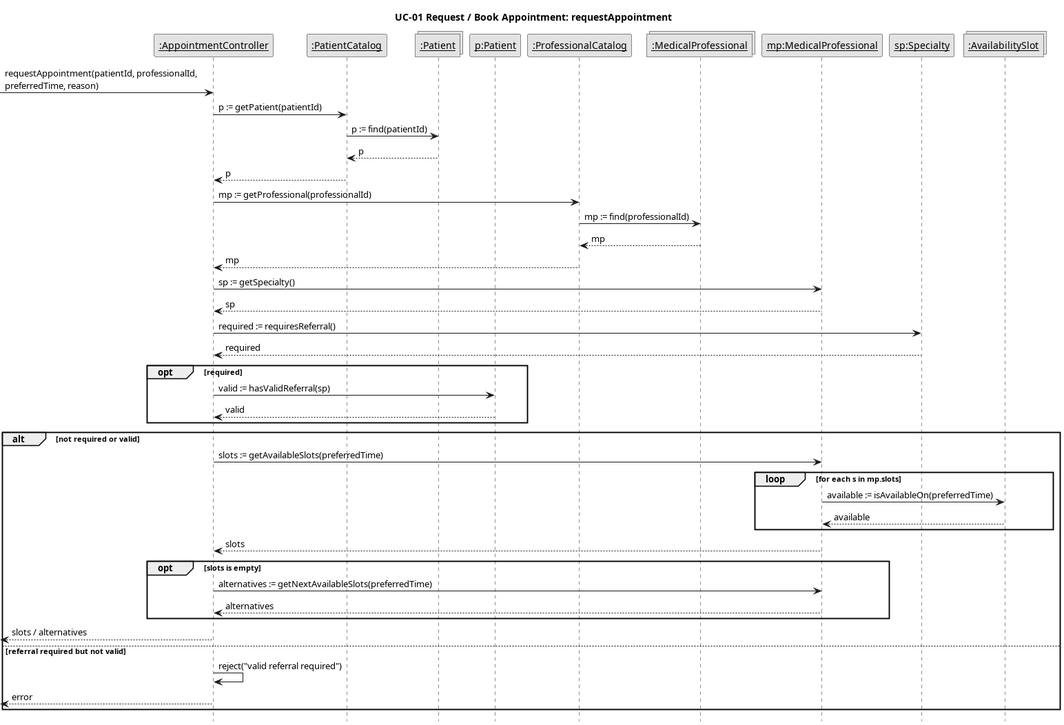
Above: Iteration2/InteractionDiagrams/SD_UC01a_requestAppointment.png in oumaymabennamoun/SOEN342-project (PlantUML), before the change. Source of this version:
```plantuml
@startuml
skinparam monochrome true
skinparam shadowing false
skinparam defaultFontName Arial
skinparam sequenceMessageAlign left
hide footbox
title UC-01 Request / Book Appointment: requestAppointment

participant "<u>:AppointmentController</u>" as Ctrl
participant "<u>:PatientCatalog</u>" as PC
collections "<u>:Patient</u>" as Ps
participant "<u>p:Patient</u>" as P
participant "<u>:ProfessionalCatalog</u>" as ProfC
collections "<u>:MedicalProfessional</u>" as MPs
participant "<u>mp:MedicalProfessional</u>" as MP
participant "<u>sp:Specialty</u>" as SP
collections "<u>:AvailabilitySlot</u>" as Ss

[-> Ctrl : requestAppointment(patientId, professionalId,\npreferredTime, reason)
Ctrl -> PC : p := getPatient(patientId)
PC -> Ps : p := find(patientId)
Ps --> PC : p
PC --> Ctrl : p
Ctrl -> ProfC : mp := getProfessional(professionalId)
ProfC -> MPs : mp := find(professionalId)
MPs --> ProfC : mp
ProfC --> Ctrl : mp
Ctrl -> MP : sp := getSpecialty()
MP --> Ctrl : sp
Ctrl -> SP : required := requiresReferral()
SP --> Ctrl : required
opt required
  Ctrl -> P : valid := hasValidReferral(sp)
  P --> Ctrl : valid
end
alt not required or valid
  Ctrl -> MP : slots := getAvailableSlots(preferredTime)
  loop for each s in mp.slots
    MP -> Ss : available := isAvailableOn(preferredTime)
    Ss --> MP : available
  end
  MP --> Ctrl : slots
  opt slots is empty
    Ctrl -> MP : alternatives := getNextAvailableSlots(preferredTime)
    MP --> Ctrl : alternatives
  end
  [<-- Ctrl : slots / alternatives
else referral required but not valid
  Ctrl -> Ctrl : reject("valid referral required")
  [<-- Ctrl : error
end
@enduml
```
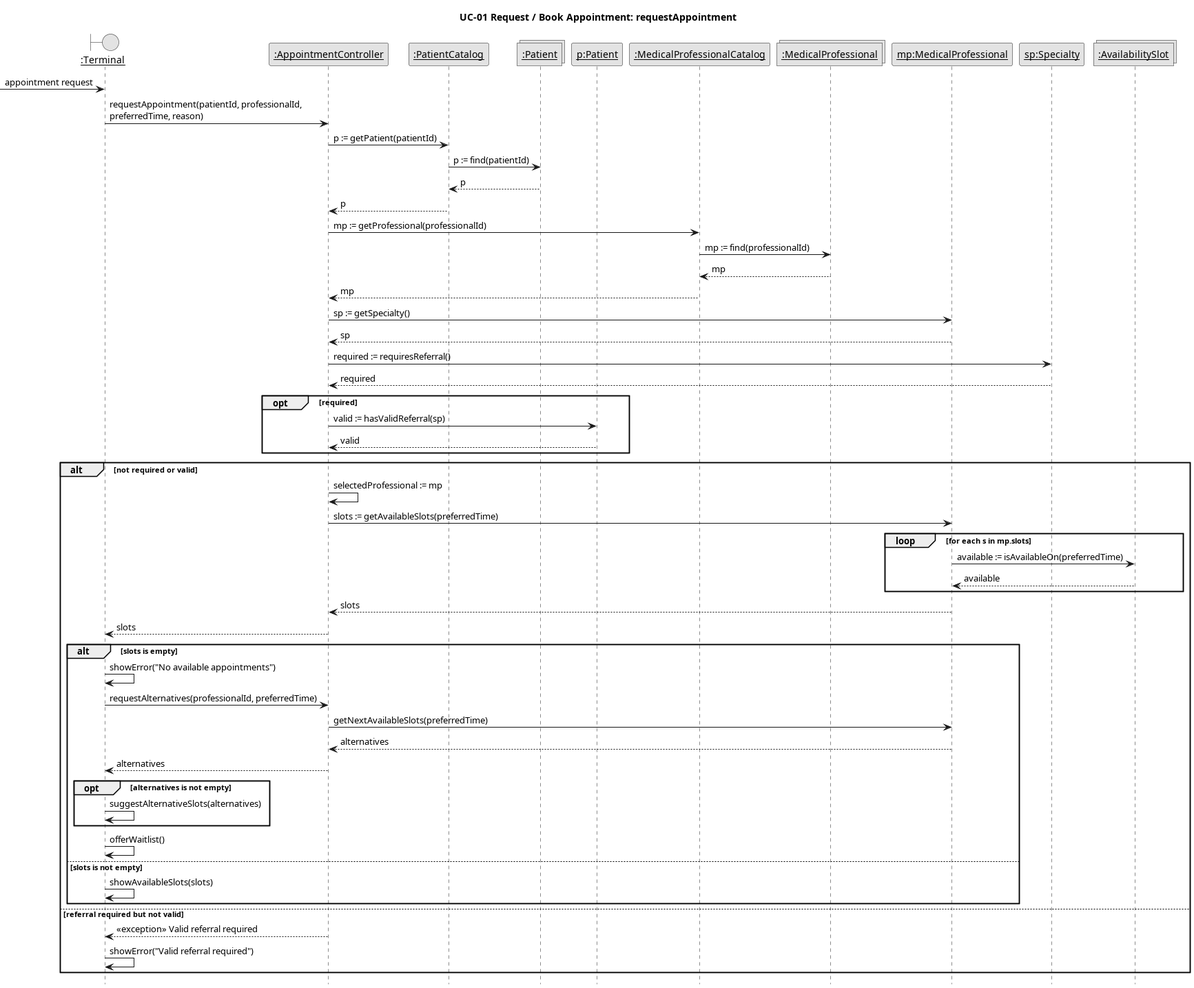
Above is the later version.

What changed in the source:
```diff
@@ -6,17 +6,19 @@
 hide footbox
 title UC-01 Request / Book Appointment: requestAppointment
 
+boundary "<u>:Terminal</u>" as UI
 participant "<u>:AppointmentController</u>" as Ctrl
 participant "<u>:PatientCatalog</u>" as PC
 collections "<u>:Patient</u>" as Ps
 participant "<u>p:Patient</u>" as P
-participant "<u>:ProfessionalCatalog</u>" as ProfC
+participant "<u>:MedicalProfessionalCatalog</u>" as ProfC
 collections "<u>:MedicalProfessional</u>" as MPs
 participant "<u>mp:MedicalProfessional</u>" as MP
 participant "<u>sp:Specialty</u>" as SP
 collections "<u>:AvailabilitySlot</u>" as Ss
 
-[-> Ctrl : requestAppointment(patientId, professionalId,\npreferredTime, reason)
+[-> UI : appointment request
+UI -> Ctrl : requestAppointment(patientId, professionalId,\npreferredTime, reason)
 Ctrl -> PC : p := getPatient(patientId)
 PC -> Ps : p := find(patientId)
 Ps --> PC : p
@@ -34,19 +36,29 @@
   P --> Ctrl : valid
 end
 alt not required or valid
+  Ctrl -> Ctrl : selectedProfessional := mp
   Ctrl -> MP : slots := getAvailableSlots(preferredTime)
   loop for each s in mp.slots
     MP -> Ss : available := isAvailableOn(preferredTime)
     Ss --> MP : available
   end
   MP --> Ctrl : slots
-  opt slots is empty
-    Ctrl -> MP : alternatives := getNextAvailableSlots(preferredTime)
+  Ctrl --> UI : slots
+  alt slots is empty
+    UI -> UI : showError("No available appointments")
+    UI -> Ctrl : requestAlternatives(professionalId, preferredTime)
+    Ctrl -> MP : getNextAvailableSlots(preferredTime)
     MP --> Ctrl : alternatives
+    Ctrl --> UI : alternatives
+    opt alternatives is not empty
+      UI -> UI : suggestAlternativeSlots(alternatives)
+    end
+    UI -> UI : offerWaitlist()
+  else slots is not empty
+    UI -> UI : showAvailableSlots(slots)
   end
-  [<-- Ctrl : slots / alternatives
 else referral required but not valid
-  Ctrl -> Ctrl : reject("valid referral required")
-  [<-- Ctrl : error
+  Ctrl --> UI : <<exception>> Valid referral required
+  UI -> UI : showError("Valid referral required")
 end
 @enduml
```
